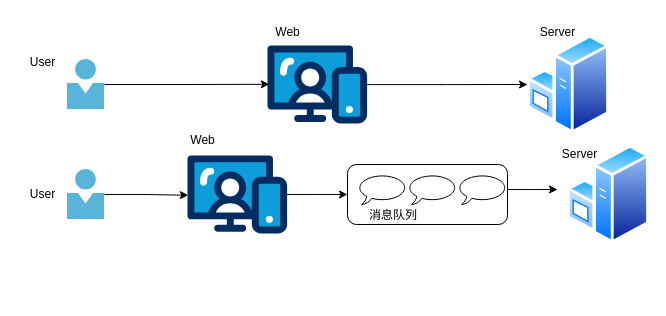
Above: DrawIO_file/毕业论文画图/消息队列优化.drawio in DingDongZz/typera_PicGO (draw.io), before the change. Source tidied: cells renumbered, new cells numbered last; positions are measured from the earlier drawing's top-left corner, leaving out a move shared by most shapes. Both pictures are drawn from the tidied source at 100%, with x=0, y=0 at pixel (17, 17).
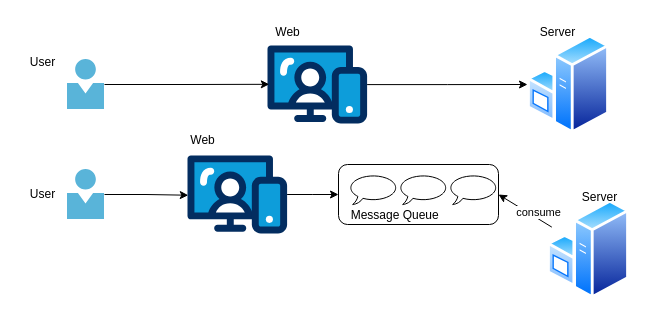
The same page after the edit.

Commit message (it also covers changes not shown here):
更新消息队列优化.drawio

Unchanged cells that the change refers to:
```xml
<mxCell id="16" style="rounded=1;whiteSpace=wrap;html=1;" parent="15" vertex="1">
  <mxGeometry width="160" height="60" as="geometry" />
</mxCell>
<mxCell id="18" style="whiteSpace=wrap;html=1;shape=mxgraph.basic.oval_callout;" parent="15" vertex="1">
  <mxGeometry x="110" y="10" width="50" height="30" as="geometry" />
</mxCell>
```

Diff of the diagram source:
```diff
@@
     <mxCell id="15" style="group;" parent="1" vertex="1">
-      <mxGeometry x="330" y="147" width="160" height="66" as="geometry" />
+      <mxGeometry x="321" y="147" width="160" height="66" as="geometry" />
     </mxCell>
@@
-    <mxCell id="20" value="消息队列" style="text;html=1;align=center;verticalAlign=middle;whiteSpace=wrap;rounded=0;" parent="15" vertex="1">
-      <mxGeometry x="16" y="36" width="60" height="30" as="geometry" />
+    <mxCell id="20" value="&amp;nbsp;Message Queue" style="text;html=1;align=center;verticalAlign=middle;whiteSpace=wrap;rounded=0;" parent="15" vertex="1">
+      <mxGeometry x="3" y="36" width="104" height="30" as="geometry" />
     </mxCell>
     <mxCell id="21" style="image;perimeter=ellipsePerimeter;html=1;align=center;shadow=0;dashed=0;spacingTop=3;image=img/lib/active_directory/windows_server.svg;" parent="1" vertex="1">
-      <mxGeometry x="550" y="127" width="82" height="100" as="geometry" />
+      <mxGeometry x="530" y="182" width="82" height="100" as="geometry" />
     </mxCell>
-    <mxCell id="22" style="edgeStyle=orthogonalEdgeStyle;rounded=0;jettySize=auto;html=1;" parent="1" edge="1" source="18">
-      <mxGeometry relative="1" as="geometry">
-        <mxPoint x="540" y="172" as="targetPoint" />
-      </mxGeometry>
+    <mxCell id="22" style="rounded=0;jettySize=auto;html=1;exitX=0;exitY=0.25;exitDx=0;exitDy=0;entryX=1;entryY=0.5;entryDx=0;entryDy=0;" parent="1" edge="1" source="21" target="16">
+      <mxGeometry relative="1" as="geometry" />
     </mxCell>
+    <mxCell id="25" value="consume" style="edgeLabel;html=1;align=center;verticalAlign=middle;" parent="22" vertex="1">
+      <mxGeometry x="0.03" relative="1" as="geometry">
+        <mxPoint x="13" y="2" as="offset" />
+      </mxGeometry>
+    </mxCell>
     <mxCell id="23" value="Server" style="text;html=1;align=center;verticalAlign=middle;strokeColor=none;fillColor=none;" parent="1" vertex="1">
-      <mxGeometry x="532" y="122" width="60" height="30" as="geometry" />
+      <mxGeometry x="552" y="165" width="60" height="30" as="geometry" />
     </mxCell>
```
